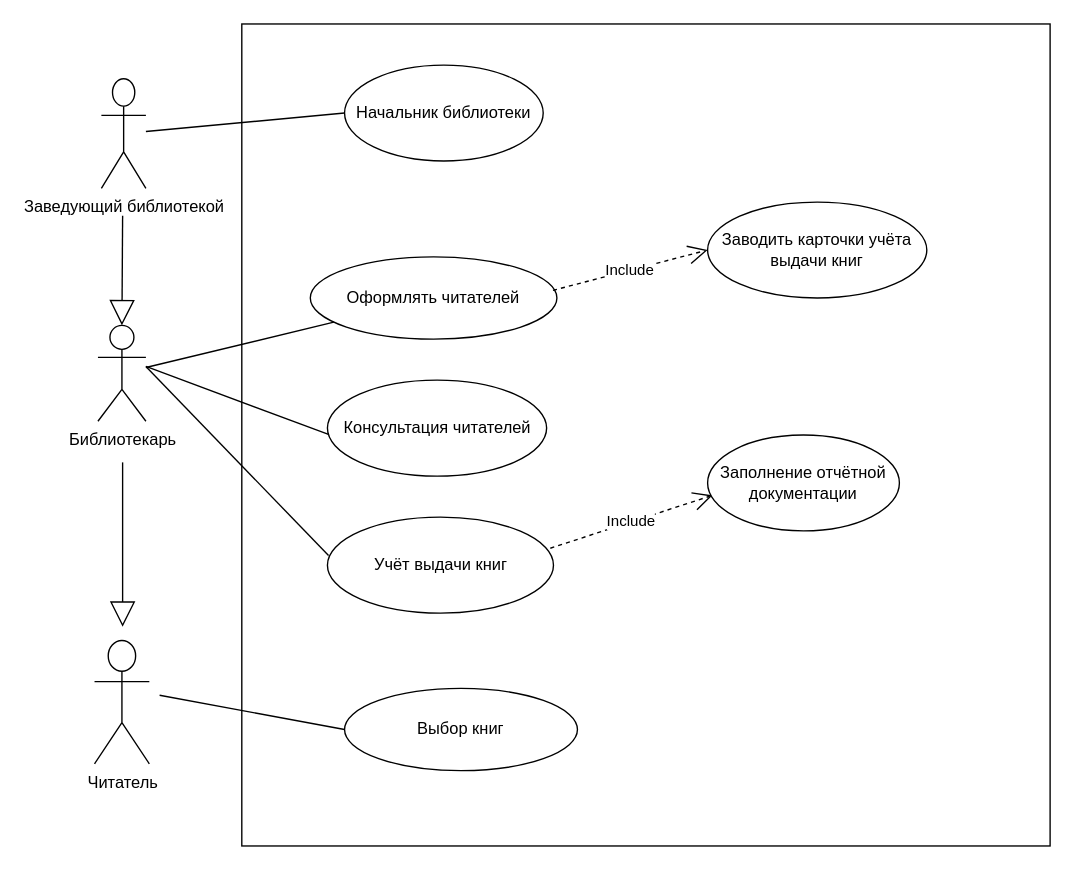
The draw.io diagram Диаграмма без названия2.drawio in Luzhetskaya/psiipo, before the edit. Source tidied: cells renumbered, new cells numbered last; positions are measured from the earlier drawing's top-left corner, leaving out a move shared by most shapes. Both pictures are drawn from the tidied source at 137%, with x=0, y=0 at pixel (93, 23).
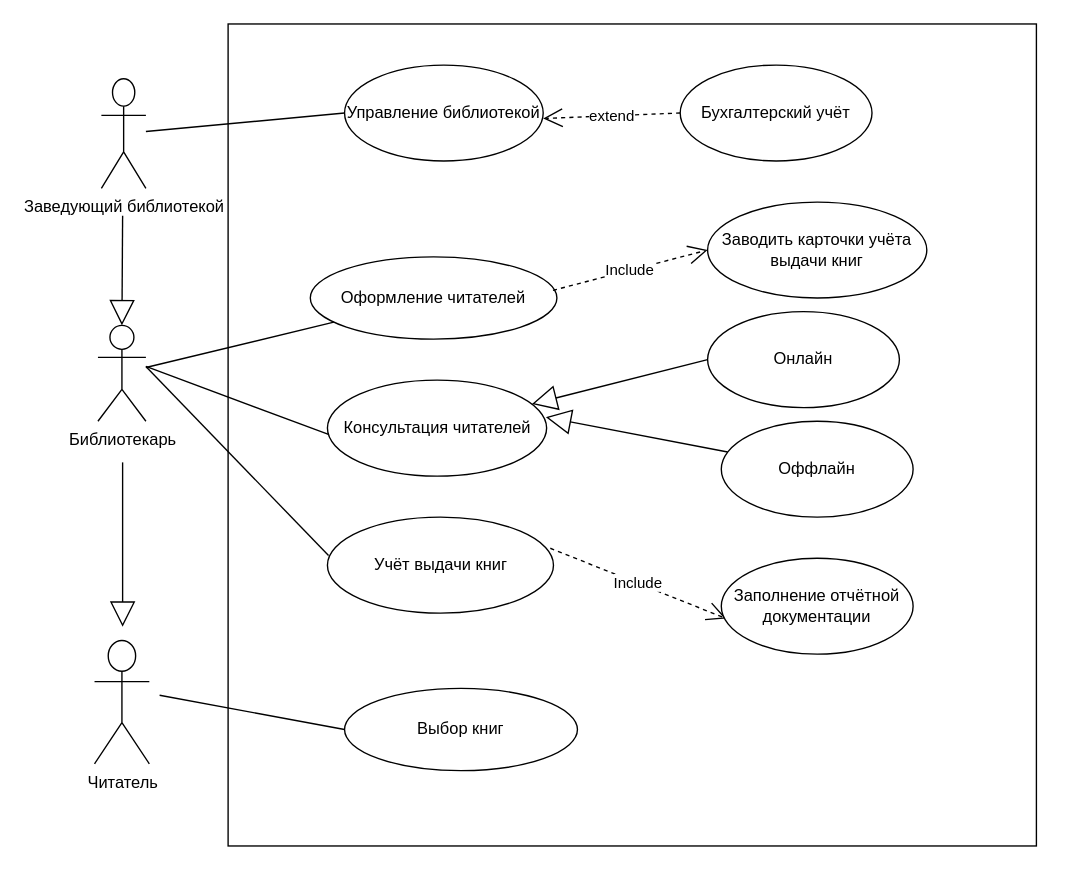
Above is the later version.

The change refers to these unchanged cells:
```xml
<mxCell id="16" value="Консультация читателей" style="ellipse;whiteSpace=wrap;html=1;" parent="1" vertex="1">
  <mxGeometry x="170.5" y="260" width="160" height="70" as="geometry" />
</mxCell>
```

Diff of the diagram source:
```diff
@@
     <mxCell id="2" style="rounded=0;whiteSpace=wrap;html=1;" parent="1" vertex="1">
-      <mxGeometry x="108" width="590" height="600" as="geometry" />
+      <mxGeometry x="98" width="590" height="600" as="geometry" />
     </mxCell>
@@
-    <mxCell id="4" value="&lt;div&gt;Оформлять читателей&lt;/div&gt;" style="ellipse;whiteSpace=wrap;html=1;" parent="1" vertex="1">
+    <mxCell id="4" value="&lt;div&gt;Оформление читателей&lt;/div&gt;" style="ellipse;whiteSpace=wrap;html=1;" parent="1" vertex="1">
       <mxGeometry x="158" y="170" width="180" height="60" as="geometry" />
     </mxCell>
@@
-    <mxCell id="10" value="Начальник библиотеки" style="ellipse;whiteSpace=wrap;html=1;" parent="1" vertex="1">
+    <mxCell id="10" value="Управление библиотекой" style="ellipse;whiteSpace=wrap;html=1;" parent="1" vertex="1">
       <mxGeometry x="183" y="30" width="145" height="70" as="geometry" />
     </mxCell>
@@
     <mxCell id="21" value="Заполнение отчётной документации" style="ellipse;whiteSpace=wrap;html=1;" parent="1" vertex="1">
-      <mxGeometry x="448" y="300" width="140" height="70" as="geometry" />
+      <mxGeometry x="458" y="390" width="140" height="70" as="geometry" />
     </mxCell>
+    <mxCell id="22" value="Онлайн" style="ellipse;whiteSpace=wrap;html=1;" parent="1" vertex="1">
+      <mxGeometry x="448" y="210" width="140" height="70" as="geometry" />
+    </mxCell>
+    <mxCell id="23" value="Оффлайн" style="ellipse;whiteSpace=wrap;html=1;" parent="1" vertex="1">
+      <mxGeometry x="458" y="290" width="140" height="70" as="geometry" />
+    </mxCell>
+    <mxCell id="24" value="extend" style="endArrow=open;endSize=12;dashed=1;html=1;rounded=0;exitX=0;exitY=0.5;exitDx=0;exitDy=0;entryX=0;entryY=0.5;entryDx=0;entryDy=0;" parent="1" edge="1" source="25">
+      <mxGeometry relative="1" as="geometry">
+        <mxPoint x="328" y="69" as="targetPoint" />
+      </mxGeometry>
+    </mxCell>
+    <mxCell id="25" value="Бухгалтерский учёт" style="ellipse;whiteSpace=wrap;html=1;" parent="1" vertex="1">
+      <mxGeometry x="428" y="30" width="140" height="70" as="geometry" />
+    </mxCell>
+    <mxCell id="26" style="endArrow=block;endSize=16;endFill=0;html=1;rounded=0;exitX=0;exitY=0.5;exitDx=0;exitDy=0;" parent="1" edge="1" source="22" target="16">
+      <mxGeometry relative="1" as="geometry" />
+    </mxCell>
+    <mxCell id="27" style="endArrow=block;endSize=16;endFill=0;html=1;rounded=0;" parent="1" edge="1" source="23">
+      <mxGeometry relative="1" as="geometry">
+        <mxPoint x="330" y="287" as="targetPoint" />
+      </mxGeometry>
+    </mxCell>
```
